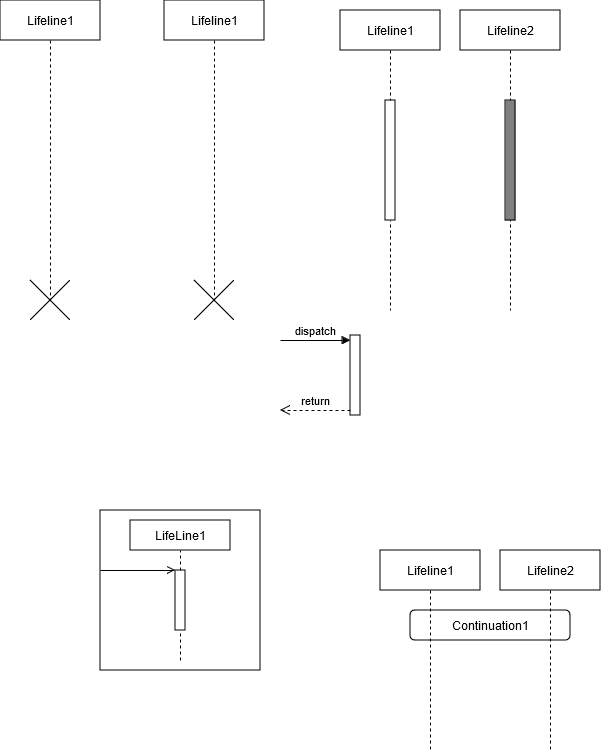
Before: SW_ING/Kosmeticka_tuzka_sekvencni_diagram.png, a diagram exported from draw.io (KarelMasa/pg). Source tidied: cells renumbered, new cells last; positions are measured from the earlier drawing's top-left corner, leaving out a move shared by most shapes. The source it was exported from:
```xml
<mxGraphModel background="#FFFFFF">
  <root>
    <mxCell id="0" />
    <mxCell id="1" parent="0" />
    <mxCell id="2" style="html=1;points=[[0,0,0,0,5],[0,1,0,0,-5],[1,0,0,0,5],[1,1,0,0,-5]];perimeter=orthogonalPerimeter;outlineConnect=0;targetShapes=umlLifeline;portConstraint=eastwest;newEdgeStyle={&quot;curved&quot;:0,&quot;rounded&quot;:0};" parent="1" vertex="1">
      <mxGeometry x="350" y="335" width="10" height="80" as="geometry" />
    </mxCell>
    <mxCell id="3" value="dispatch" style="html=1;verticalAlign=bottom;endArrow=block;curved=0;rounded=0;entryX=0;entryY=0;entryDx=0;entryDy=5;" parent="1" edge="1" target="2">
      <mxGeometry relative="1" as="geometry">
        <mxPoint x="280" y="340" as="sourcePoint" />
      </mxGeometry>
    </mxCell>
    <mxCell id="4" value="return" style="html=1;verticalAlign=bottom;endArrow=open;dashed=1;endSize=8;curved=0;rounded=0;exitX=0;exitY=1;exitDx=0;exitDy=-5;" parent="1" edge="1" source="2">
      <mxGeometry relative="1" as="geometry">
        <mxPoint x="280" y="410" as="targetPoint" />
      </mxGeometry>
    </mxCell>
    <mxCell id="5" value="Lifeline1" style="shape=umlLifeline;perimeter=lifelinePerimeter;whiteSpace=wrap;html=1;newEdgeStyle={&quot;edgeStyle&quot;:&quot;elbowEdgeStyle&quot;,&quot;elbow&quot;:&quot;vertical&quot;,&quot;curved&quot;:0,&quot;rounded&quot;:0};" parent="1" vertex="1">
      <mxGeometry width="100" height="300" as="geometry" />
    </mxCell>
    <mxCell id="6" style="shape=umlDestroy;dashed=0;targetShapes=umlLifeline;" parent="5" vertex="1">
      <mxGeometry x="30" y="280" width="40" height="40" as="geometry" />
    </mxCell>
    <mxCell id="7" value="Lifeline1" style="shape=umlLifeline;perimeter=lifelinePerimeter;whiteSpace=wrap;html=1;outlineConnect=0;portConstraint=eastwest;newEdgeStyle={&quot;edgeStyle&quot;:&quot;elbowEdgeStyle&quot;,&quot;elbow&quot;:&quot;vertical&quot;,&quot;curved&quot;:0,&quot;rounded&quot;:0};" parent="1" vertex="1">
      <mxGeometry x="164" width="100" height="300" as="geometry" />
    </mxCell>
    <mxCell id="8" style="shape=umlDestroy;dashed=0;targetShapes=umlLifeline;" parent="7" vertex="1">
      <mxGeometry x="30" y="280" width="40" height="40" as="geometry" />
    </mxCell>
    <mxCell id="9" value="Lifeline2" style="shape=umlLifeline;perimeter=lifelinePerimeter;whiteSpace=wrap;html=1;newEdgeStyle={&quot;edgeStyle&quot;:&quot;elbowEdgeStyle&quot;,&quot;elbow&quot;:&quot;vertical&quot;,&quot;curved&quot;:0,&quot;rounded&quot;:0};" parent="1" vertex="1">
      <mxGeometry x="460" y="10" width="100" height="300" as="geometry" />
    </mxCell>
    <mxCell id="10" style="html=1;perimeter=orthogonalPerimeter;targetShapes=umlLifeline;newEdgeStyle={&quot;curved&quot;:0,&quot;rounded&quot;:0};fillColor=#808080;" parent="9" vertex="1">
      <mxGeometry x="45" y="90" width="10" height="120" as="geometry" />
    </mxCell>
    <mxCell id="11" value="Lifeline1" style="shape=umlLifeline;perimeter=lifelinePerimeter;whiteSpace=wrap;html=1;newEdgeStyle={&quot;edgeStyle&quot;:&quot;elbowEdgeStyle&quot;,&quot;elbow&quot;:&quot;vertical&quot;,&quot;curved&quot;:0,&quot;rounded&quot;:0};" parent="1" vertex="1">
      <mxGeometry x="340" y="10" width="100" height="300" as="geometry" />
    </mxCell>
    <mxCell id="12" style="html=1;points=[[0,0,0,0,5],[0,1,0,0,-5],[1,0,0,0,5],[1,1,0,0,-5]];perimeter=orthogonalPerimeter;outlineConnect=0;targetShapes=umlLifeline;portConstraint=eastwest;newEdgeStyle={&quot;curved&quot;:0,&quot;rounded&quot;:0};" parent="11" vertex="1">
      <mxGeometry x="45" y="90" width="10" height="120" as="geometry" />
    </mxCell>
    <mxCell id="13" value="Continuation1" style="rounded=1;dashed=0;whiteSpace=wrap;html=1;" parent="1" vertex="1">
      <mxGeometry x="410" y="610" width="160" height="30" as="geometry" />
    </mxCell>
    <mxCell id="14" value="Lifeline1" style="shape=umlLifeline;perimeter=lifelinePerimeter;whiteSpace=wrap;html=1;newEdgeStyle={&quot;curved&quot;:0,&quot;rounded&quot;:0};" parent="1" vertex="1">
      <mxGeometry x="380" y="550" width="100" height="200" as="geometry" />
    </mxCell>
    <mxCell id="15" value="Lifeline2" style="shape=umlLifeline;perimeter=lifelinePerimeter;whiteSpace=wrap;html=1;newEdgeStyle={&quot;curved&quot;:0,&quot;rounded&quot;:0};" parent="1" vertex="1">
      <mxGeometry x="500" y="550" width="100" height="200" as="geometry" />
    </mxCell>
    <mxCell id="16" style="rounded=0;dashed=0;" parent="1" vertex="1">
      <mxGeometry x="100" y="510" width="160" height="160" as="geometry" />
    </mxCell>
    <mxCell id="17" value="LifeLine1" style="rounded=0;dashed=0;whiteSpace=wrap;html=1;" parent="16" vertex="1">
      <mxGeometry x="30" y="10" width="100" height="30" as="geometry" />
    </mxCell>
    <mxCell id="18" style="rounded=0;dashed=0;" parent="16" vertex="1">
      <mxGeometry x="75" y="60" width="10" height="60" as="geometry" />
    </mxCell>
    <mxCell id="19" style="html=1;verticalAlign=bottom;startArrow=none;endArrow=none;dashed=1;rounded=0;" parent="16" edge="1" source="18" target="17">
      <mxGeometry relative="1" as="geometry" />
    </mxCell>
    <mxCell id="20" style="html=1;verticalAlign=bottom;startArrow=none;endArrow=none;dashed=1;rounded=0;" parent="16" edge="1" target="18">
      <mxGeometry relative="1" as="geometry">
        <mxPoint x="80" y="150" as="sourcePoint" />
      </mxGeometry>
    </mxCell>
    <mxCell id="21" style="html=1;verticalAlign=bottom;startArrow=none;endArrow=open;endFill=0;rounded=0;" parent="16" edge="1">
      <mxGeometry relative="1" as="geometry">
        <mxPoint y="60" as="sourcePoint" />
        <mxPoint x="75" y="60" as="targetPoint" />
      </mxGeometry>
    </mxCell>
  </root>
</mxGraphModel>
```
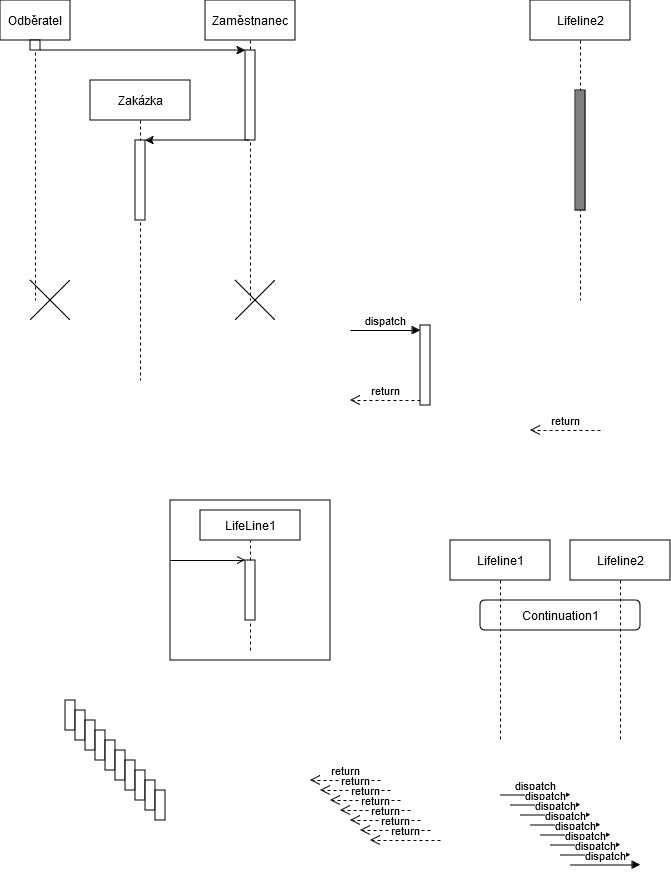
Later version of the same file.

Diff of the diagram source:
```diff
@@ -15,30 +15,36 @@
         <mxPoint x="280" y="410" as="targetPoint" />
       </mxGeometry>
     </mxCell>
-    <mxCell id="5" value="Lifeline1" style="shape=umlLifeline;perimeter=lifelinePerimeter;whiteSpace=wrap;html=1;newEdgeStyle={&quot;edgeStyle&quot;:&quot;elbowEdgeStyle&quot;,&quot;elbow&quot;:&quot;vertical&quot;,&quot;curved&quot;:0,&quot;rounded&quot;:0};" parent="1" vertex="1">
-      <mxGeometry width="100" height="300" as="geometry" />
+    <mxCell id="5" value="Odběratel" style="shape=umlLifeline;perimeter=lifelinePerimeter;whiteSpace=wrap;html=1;newEdgeStyle={&quot;edgeStyle&quot;:&quot;elbowEdgeStyle&quot;,&quot;elbow&quot;:&quot;vertical&quot;,&quot;curved&quot;:0,&quot;rounded&quot;:0};" parent="1" vertex="1">
+      <mxGeometry x="-70" y="10" width="70" height="300" as="geometry" />
     </mxCell>
     <mxCell id="6" style="shape=umlDestroy;dashed=0;targetShapes=umlLifeline;" parent="5" vertex="1">
       <mxGeometry x="30" y="280" width="40" height="40" as="geometry" />
     </mxCell>
+    <mxCell id="12" style="html=1;points=[[0,0,0,0,5],[0,1,0,0,-5],[1,0,0,0,5],[1,1,0,0,-5]];perimeter=orthogonalPerimeter;outlineConnect=0;targetShapes=umlLifeline;portConstraint=eastwest;newEdgeStyle={&quot;curved&quot;:0,&quot;rounded&quot;:0};" parent="5" vertex="1">
+      <mxGeometry x="30" y="40" width="10" height="10" as="geometry" />
+    </mxCell>
-    <mxCell id="7" value="Lifeline1" style="shape=umlLifeline;perimeter=lifelinePerimeter;whiteSpace=wrap;html=1;outlineConnect=0;portConstraint=eastwest;newEdgeStyle={&quot;edgeStyle&quot;:&quot;elbowEdgeStyle&quot;,&quot;elbow&quot;:&quot;vertical&quot;,&quot;curved&quot;:0,&quot;rounded&quot;:0};" parent="1" vertex="1">
-      <mxGeometry x="164" width="100" height="300" as="geometry" />
+    <mxCell id="7" value="Zaměstnanec" style="shape=umlLifeline;perimeter=lifelinePerimeter;whiteSpace=wrap;html=1;outlineConnect=0;portConstraint=eastwest;newEdgeStyle={&quot;edgeStyle&quot;:&quot;elbowEdgeStyle&quot;,&quot;elbow&quot;:&quot;vertical&quot;,&quot;curved&quot;:0,&quot;rounded&quot;:0};" parent="1" vertex="1">
+      <mxGeometry x="135" y="10" width="90" height="300" as="geometry" />
     </mxCell>
     <mxCell id="8" style="shape=umlDestroy;dashed=0;targetShapes=umlLifeline;" parent="7" vertex="1">
       <mxGeometry x="30" y="280" width="40" height="40" as="geometry" />
     </mxCell>
+    <mxCell id="22" style="html=1;points=[[0,0,0,0,5],[0,1,0,0,-5],[1,0,0,0,5],[1,1,0,0,-5]];perimeter=orthogonalPerimeter;outlineConnect=0;targetShapes=umlLifeline;portConstraint=eastwest;newEdgeStyle={&quot;curved&quot;:0,&quot;rounded&quot;:0};" parent="7" vertex="1">
+      <mxGeometry x="40" y="50" width="10" height="90" as="geometry" />
+    </mxCell>
     <mxCell id="9" value="Lifeline2" style="shape=umlLifeline;perimeter=lifelinePerimeter;whiteSpace=wrap;html=1;newEdgeStyle={&quot;edgeStyle&quot;:&quot;elbowEdgeStyle&quot;,&quot;elbow&quot;:&quot;vertical&quot;,&quot;curved&quot;:0,&quot;rounded&quot;:0};" parent="1" vertex="1">
       <mxGeometry x="460" y="10" width="100" height="300" as="geometry" />
     </mxCell>
     <mxCell id="10" style="html=1;perimeter=orthogonalPerimeter;targetShapes=umlLifeline;newEdgeStyle={&quot;curved&quot;:0,&quot;rounded&quot;:0};fillColor=#808080;" parent="9" vertex="1">
       <mxGeometry x="45" y="90" width="10" height="120" as="geometry" />
     </mxCell>
-    <mxCell id="11" value="Lifeline1" style="shape=umlLifeline;perimeter=lifelinePerimeter;whiteSpace=wrap;html=1;newEdgeStyle={&quot;edgeStyle&quot;:&quot;elbowEdgeStyle&quot;,&quot;elbow&quot;:&quot;vertical&quot;,&quot;curved&quot;:0,&quot;rounded&quot;:0};" parent="1" vertex="1">
-      <mxGeometry x="340" y="10" width="100" height="300" as="geometry" />
+    <mxCell id="11" value="Zakázka" style="shape=umlLifeline;perimeter=lifelinePerimeter;whiteSpace=wrap;html=1;newEdgeStyle={&quot;edgeStyle&quot;:&quot;elbowEdgeStyle&quot;,&quot;elbow&quot;:&quot;vertical&quot;,&quot;curved&quot;:0,&quot;rounded&quot;:0};" parent="1" vertex="1">
+      <mxGeometry x="20" y="90" width="100" height="300" as="geometry" />
     </mxCell>
-    <mxCell id="12" style="html=1;points=[[0,0,0,0,5],[0,1,0,0,-5],[1,0,0,0,5],[1,1,0,0,-5]];perimeter=orthogonalPerimeter;outlineConnect=0;targetShapes=umlLifeline;portConstraint=eastwest;newEdgeStyle={&quot;curved&quot;:0,&quot;rounded&quot;:0};" parent="11" vertex="1">
-      <mxGeometry x="45" y="90" width="10" height="120" as="geometry" />
-    </mxCell>
+    <mxCell id="23" style="html=1;points=[[0,0,0,0,5],[0,1,0,0,-5],[1,0,0,0,5],[1,1,0,0,-5]];perimeter=orthogonalPerimeter;outlineConnect=0;targetShapes=umlLifeline;portConstraint=eastwest;newEdgeStyle={&quot;curved&quot;:0,&quot;rounded&quot;:0};" parent="11" vertex="1">
+      <mxGeometry x="45" y="60" width="10" height="80" as="geometry" />
+    </mxCell>
     <mxCell id="13" value="Continuation1" style="rounded=1;dashed=0;whiteSpace=wrap;html=1;" parent="1" vertex="1">
       <mxGeometry x="410" y="610" width="160" height="30" as="geometry" />
     </mxCell>
@@ -71,5 +77,147 @@
         <mxPoint x="75" y="60" as="targetPoint" />
       </mxGeometry>
     </mxCell>
+    <mxCell id="24" style="html=1;perimeter=orthogonalPerimeter;targetShapes=umlLifeline;newEdgeStyle={&quot;curved&quot;:0,&quot;rounded&quot;:0};" parent="1" vertex="1">
+      <mxGeometry x="-5" y="710" width="10" height="30" as="geometry" />
+    </mxCell>
+    <mxCell id="25" style="html=1;perimeter=orthogonalPerimeter;targetShapes=umlLifeline;newEdgeStyle={&quot;curved&quot;:0,&quot;rounded&quot;:0};" parent="1" vertex="1">
+      <mxGeometry x="5" y="720" width="10" height="30" as="geometry" />
+    </mxCell>
+    <mxCell id="26" style="html=1;perimeter=orthogonalPerimeter;targetShapes=umlLifeline;newEdgeStyle={&quot;curved&quot;:0,&quot;rounded&quot;:0};" parent="1" vertex="1">
+      <mxGeometry x="15" y="730" width="10" height="30" as="geometry" />
+    </mxCell>
+    <mxCell id="27" style="html=1;perimeter=orthogonalPerimeter;targetShapes=umlLifeline;newEdgeStyle={&quot;curved&quot;:0,&quot;rounded&quot;:0};" parent="1" vertex="1">
+      <mxGeometry x="25" y="740" width="10" height="30" as="geometry" />
+    </mxCell>
+    <mxCell id="28" style="html=1;perimeter=orthogonalPerimeter;targetShapes=umlLifeline;newEdgeStyle={&quot;curved&quot;:0,&quot;rounded&quot;:0};" parent="1" vertex="1">
+      <mxGeometry x="35" y="750" width="10" height="30" as="geometry" />
+    </mxCell>
+    <mxCell id="29" style="html=1;perimeter=orthogonalPerimeter;targetShapes=umlLifeline;newEdgeStyle={&quot;curved&quot;:0,&quot;rounded&quot;:0};" parent="1" vertex="1">
+      <mxGeometry x="45" y="760" width="10" height="30" as="geometry" />
+    </mxCell>
+    <mxCell id="30" style="html=1;perimeter=orthogonalPerimeter;targetShapes=umlLifeline;newEdgeStyle={&quot;curved&quot;:0,&quot;rounded&quot;:0};" parent="1" vertex="1">
+      <mxGeometry x="55" y="770" width="10" height="30" as="geometry" />
+    </mxCell>
+    <mxCell id="31" style="html=1;perimeter=orthogonalPerimeter;targetShapes=umlLifeline;newEdgeStyle={&quot;curved&quot;:0,&quot;rounded&quot;:0};" parent="1" vertex="1">
+      <mxGeometry x="65" y="780" width="10" height="30" as="geometry" />
+    </mxCell>
+    <mxCell id="32" style="html=1;perimeter=orthogonalPerimeter;targetShapes=umlLifeline;newEdgeStyle={&quot;curved&quot;:0,&quot;rounded&quot;:0};" parent="1" vertex="1">
+      <mxGeometry x="75" y="790" width="10" height="30" as="geometry" />
+    </mxCell>
+    <mxCell id="33" style="html=1;perimeter=orthogonalPerimeter;targetShapes=umlLifeline;newEdgeStyle={&quot;curved&quot;:0,&quot;rounded&quot;:0};" parent="1" vertex="1">
+      <mxGeometry x="85" y="800" width="10" height="30" as="geometry" />
+    </mxCell>
+    <mxCell id="34" value="return" style="html=1;verticalAlign=bottom;endArrow=open;dashed=1;endSize=8;curved=0;rounded=0;exitX=0;exitY=1;exitDx=0;exitDy=-5;" parent="1" edge="1">
+      <mxGeometry relative="1" as="geometry">
+        <mxPoint x="310" y="790" as="sourcePoint" />
+        <mxPoint x="240" y="790" as="targetPoint" />
+      </mxGeometry>
+    </mxCell>
+    <mxCell id="35" value="return" style="html=1;verticalAlign=bottom;endArrow=open;dashed=1;endSize=8;curved=0;rounded=0;exitX=0;exitY=1;exitDx=0;exitDy=-5;" parent="1" edge="1">
+      <mxGeometry relative="1" as="geometry">
+        <mxPoint x="320" y="800" as="sourcePoint" />
+        <mxPoint x="250" y="800" as="targetPoint" />
+      </mxGeometry>
+    </mxCell>
+    <mxCell id="36" value="return" style="html=1;verticalAlign=bottom;endArrow=open;dashed=1;endSize=8;curved=0;rounded=0;exitX=0;exitY=1;exitDx=0;exitDy=-5;" parent="1" edge="1">
+      <mxGeometry relative="1" as="geometry">
+        <mxPoint x="330" y="810" as="sourcePoint" />
+        <mxPoint x="260" y="810" as="targetPoint" />
+      </mxGeometry>
+    </mxCell>
+    <mxCell id="37" value="return" style="html=1;verticalAlign=bottom;endArrow=open;dashed=1;endSize=8;curved=0;rounded=0;exitX=0;exitY=1;exitDx=0;exitDy=-5;" parent="1" edge="1">
+      <mxGeometry relative="1" as="geometry">
+        <mxPoint x="340" y="820" as="sourcePoint" />
+        <mxPoint x="270" y="820" as="targetPoint" />
+      </mxGeometry>
+    </mxCell>
+    <mxCell id="38" value="return" style="html=1;verticalAlign=bottom;endArrow=open;dashed=1;endSize=8;curved=0;rounded=0;exitX=0;exitY=1;exitDx=0;exitDy=-5;" parent="1" edge="1">
+      <mxGeometry relative="1" as="geometry">
+        <mxPoint x="350" y="830" as="sourcePoint" />
+        <mxPoint x="280" y="830" as="targetPoint" />
+      </mxGeometry>
+    </mxCell>
+    <mxCell id="39" value="return" style="html=1;verticalAlign=bottom;endArrow=open;dashed=1;endSize=8;curved=0;rounded=0;exitX=0;exitY=1;exitDx=0;exitDy=-5;" parent="1" edge="1">
+      <mxGeometry relative="1" as="geometry">
+        <mxPoint x="360" y="840" as="sourcePoint" />
+        <mxPoint x="290" y="840" as="targetPoint" />
+      </mxGeometry>
+    </mxCell>
+    <mxCell id="40" value="return" style="html=1;verticalAlign=bottom;endArrow=open;dashed=1;endSize=8;curved=0;rounded=0;exitX=0;exitY=1;exitDx=0;exitDy=-5;" parent="1" edge="1">
+      <mxGeometry relative="1" as="geometry">
+        <mxPoint x="370" y="850" as="sourcePoint" />
+        <mxPoint x="300" y="850" as="targetPoint" />
+      </mxGeometry>
+    </mxCell>
+    <mxCell id="41" value="return" style="html=1;verticalAlign=bottom;endArrow=open;dashed=1;endSize=8;curved=0;rounded=0;exitX=0;exitY=1;exitDx=0;exitDy=-5;" parent="1" edge="1">
+      <mxGeometry relative="1" as="geometry">
+        <mxPoint x="530" y="440" as="sourcePoint" />
+        <mxPoint x="460" y="440" as="targetPoint" />
+      </mxGeometry>
+    </mxCell>
+    <mxCell id="42" value="dispatch" style="html=1;verticalAlign=bottom;endArrow=block;curved=0;rounded=0;entryX=0;entryY=0;entryDx=0;entryDy=5;" parent="1" edge="1">
+      <mxGeometry relative="1" as="geometry">
+        <mxPoint x="430" y="804.5" as="sourcePoint" />
+        <mxPoint x="500" y="804.5" as="targetPoint" />
+      </mxGeometry>
+    </mxCell>
+    <mxCell id="43" value="dispatch" style="html=1;verticalAlign=bottom;endArrow=block;curved=0;rounded=0;entryX=0;entryY=0;entryDx=0;entryDy=5;" parent="1" edge="1">
+      <mxGeometry relative="1" as="geometry">
+        <mxPoint x="440" y="814.5" as="sourcePoint" />
+        <mxPoint x="510" y="814.5" as="targetPoint" />
+      </mxGeometry>
+    </mxCell>
+    <mxCell id="44" value="dispatch" style="html=1;verticalAlign=bottom;endArrow=block;curved=0;rounded=0;entryX=0;entryY=0;entryDx=0;entryDy=5;" parent="1" edge="1">
+      <mxGeometry relative="1" as="geometry">
+        <mxPoint x="450" y="824.5" as="sourcePoint" />
+        <mxPoint x="520" y="824.5" as="targetPoint" />
+      </mxGeometry>
+    </mxCell>
+    <mxCell id="45" value="dispatch" style="html=1;verticalAlign=bottom;endArrow=block;curved=0;rounded=0;entryX=0;entryY=0;entryDx=0;entryDy=5;" parent="1" edge="1">
+      <mxGeometry relative="1" as="geometry">
+        <mxPoint x="460" y="834.5" as="sourcePoint" />
+        <mxPoint x="530" y="834.5" as="targetPoint" />
+      </mxGeometry>
+    </mxCell>
+    <mxCell id="46" value="dispatch" style="html=1;verticalAlign=bottom;endArrow=block;curved=0;rounded=0;entryX=0;entryY=0;entryDx=0;entryDy=5;" parent="1" edge="1">
+      <mxGeometry relative="1" as="geometry">
+        <mxPoint x="470" y="844.5" as="sourcePoint" />
+        <mxPoint x="540" y="844.5" as="targetPoint" />
+      </mxGeometry>
+    </mxCell>
+    <mxCell id="47" value="dispatch" style="html=1;verticalAlign=bottom;endArrow=block;curved=0;rounded=0;entryX=0;entryY=0;entryDx=0;entryDy=5;" parent="1" edge="1">
+      <mxGeometry relative="1" as="geometry">
+        <mxPoint x="480" y="854.5" as="sourcePoint" />
+        <mxPoint x="550" y="854.5" as="targetPoint" />
+      </mxGeometry>
+    </mxCell>
+    <mxCell id="48" value="dispatch" style="html=1;verticalAlign=bottom;endArrow=block;curved=0;rounded=0;entryX=0;entryY=0;entryDx=0;entryDy=5;" parent="1" edge="1">
+      <mxGeometry relative="1" as="geometry">
+        <mxPoint x="490" y="864.5" as="sourcePoint" />
+        <mxPoint x="560" y="864.5" as="targetPoint" />
+      </mxGeometry>
+    </mxCell>
+    <mxCell id="49" value="dispatch" style="html=1;verticalAlign=bottom;endArrow=block;curved=0;rounded=0;entryX=0;entryY=0;entryDx=0;entryDy=5;" parent="1" edge="1">
+      <mxGeometry relative="1" as="geometry">
+        <mxPoint x="500" y="874.5" as="sourcePoint" />
+        <mxPoint x="570" y="874.5" as="targetPoint" />
+      </mxGeometry>
+    </mxCell>
+    <mxCell id="50" style="edgeStyle=orthogonalEdgeStyle;rounded=0;jettySize=auto;html=1;curved=0;" parent="1" edge="1" source="7" target="23">
+      <mxGeometry relative="1" as="geometry">
+        <Array as="points">
+          <mxPoint x="90" y="150" />
+          <mxPoint x="90" y="150" />
+        </Array>
+      </mxGeometry>
+    </mxCell>
+    <mxCell id="51" style="edgeStyle=orthogonalEdgeStyle;rounded=0;jettySize=auto;html=1;curved=0;" parent="1" edge="1" source="12" target="22">
+      <mxGeometry relative="1" as="geometry">
+        <Array as="points">
+          <mxPoint x="20" y="60" />
+          <mxPoint x="20" y="60" />
+        </Array>
+      </mxGeometry>
+    </mxCell>
   </root>
 </mxGraphModel>
```
